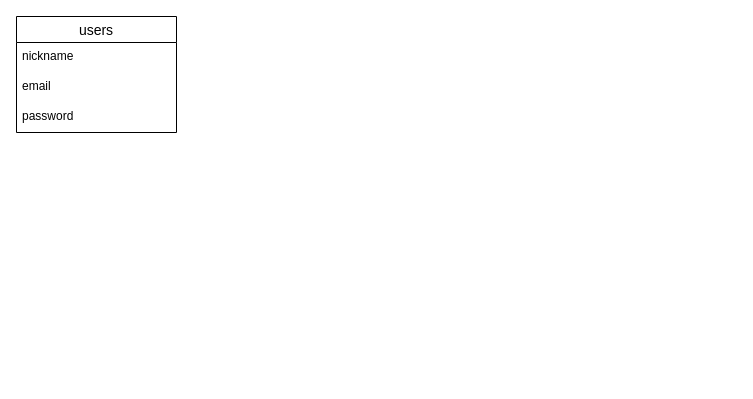
This is ER.dio from hikaruuuuuu/blog-app, a draw.io file, before an edit. Source tidied: cells renumbered, new cells numbered last; positions are measured from the earlier drawing's top-left corner, leaving out a move shared by most shapes. Both pictures are drawn from the tidied source at 100%, with x=0, y=0 at pixel (16, 16).
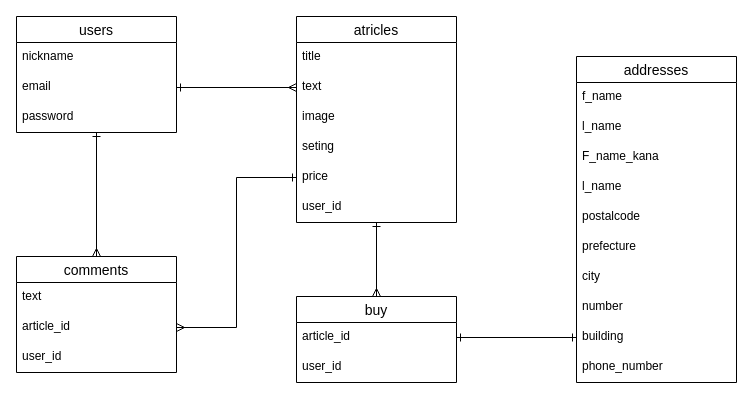
After the change.

Commit message (it also covers changes not shown here):
articles table

Unchanged cells that the change refers to:
```xml
<mxCell id="2" value="users" style="swimlane;fontStyle=0;horizontal=1;startSize=26;align=center;fontSize=14;" parent="1" vertex="1">
  <mxGeometry width="160" height="116" as="geometry" />
</mxCell>
<mxCell id="4" value="email" style="text;strokeColor=none;fillColor=none;spacingLeft=4;spacingRight=4;overflow=hidden;points=[[0,0.5],[1,0.5]];portConstraint=eastwest;fontSize=12;" parent="2" vertex="1">
  <mxGeometry y="56" width="160" height="30" as="geometry" />
</mxCell>
```

What changed in the source:
```diff
@@
+    <mxCell id="6" style="edgeStyle=orthogonalEdgeStyle;rounded=0;jettySize=auto;html=1;entryX=0.5;entryY=0;entryDx=0;entryDy=0;startArrow=ERone;startFill=0;endArrow=ERmany;endFill=0;" parent="1" edge="1" source="2" target="15">
+      <mxGeometry relative="1" as="geometry" />
+    </mxCell>
@@
+    <mxCell id="7" style="edgeStyle=orthogonalEdgeStyle;rounded=0;jettySize=auto;html=1;startArrow=ERone;startFill=0;endArrow=ERmany;endFill=0;entryX=0.5;entryY=0;entryDx=0;entryDy=0;" parent="1" edge="1" source="8" target="19">
+      <mxGeometry relative="1" as="geometry" />
+    </mxCell>
+    <mxCell id="8" value="atricles" style="swimlane;fontStyle=0;horizontal=1;startSize=26;align=center;fontSize=14;" parent="1" vertex="1">
+      <mxGeometry x="280" width="160" height="206" as="geometry" />
+    </mxCell>
+    <mxCell id="9" value="title" style="text;strokeColor=none;fillColor=none;spacingLeft=4;spacingRight=4;overflow=hidden;fontSize=12;" parent="8" vertex="1">
+      <mxGeometry y="26" width="160" height="30" as="geometry" />
+    </mxCell>
+    <mxCell id="10" value="text" style="text;strokeColor=none;fillColor=none;spacingLeft=4;spacingRight=4;overflow=hidden;points=[[0,0.5],[1,0.5]];portConstraint=eastwest;fontSize=12;" parent="8" vertex="1">
+      <mxGeometry y="56" width="160" height="30" as="geometry" />
+    </mxCell>
+    <mxCell id="11" value="image" style="text;strokeColor=none;fillColor=none;spacingLeft=4;spacingRight=4;overflow=hidden;fontSize=12;" parent="8" vertex="1">
+      <mxGeometry y="86" width="160" height="30" as="geometry" />
+    </mxCell>
+    <mxCell id="12" value="seting" style="text;strokeColor=none;fillColor=none;spacingLeft=4;spacingRight=4;overflow=hidden;fontSize=12;" parent="8" vertex="1">
+      <mxGeometry y="116" width="160" height="30" as="geometry" />
+    </mxCell>
+    <mxCell id="13" value="price" style="text;strokeColor=none;fillColor=none;spacingLeft=4;spacingRight=4;overflow=hidden;points=[[0,0.5],[1,0.5]];portConstraint=eastwest;fontSize=12;" parent="8" vertex="1">
+      <mxGeometry y="146" width="160" height="30" as="geometry" />
+    </mxCell>
+    <mxCell id="14" value="user_id" style="text;strokeColor=none;fillColor=none;spacingLeft=4;spacingRight=4;overflow=hidden;fontSize=12;" parent="8" vertex="1">
+      <mxGeometry y="176" width="160" height="30" as="geometry" />
+    </mxCell>
+    <mxCell id="15" value="comments" style="swimlane;fontStyle=0;horizontal=1;startSize=26;align=center;fontSize=14;" parent="1" vertex="1">
+      <mxGeometry y="240" width="160" height="116" as="geometry" />
+    </mxCell>
+    <mxCell id="16" value="text" style="text;strokeColor=none;fillColor=none;spacingLeft=4;spacingRight=4;overflow=hidden;fontSize=12;" parent="15" vertex="1">
+      <mxGeometry y="26" width="160" height="30" as="geometry" />
+    </mxCell>
+    <mxCell id="17" value="article_id" style="text;strokeColor=none;fillColor=none;spacingLeft=4;spacingRight=4;overflow=hidden;points=[[0,0.5],[1,0.5]];portConstraint=eastwest;fontSize=12;" parent="15" vertex="1">
+      <mxGeometry y="56" width="160" height="30" as="geometry" />
+    </mxCell>
+    <mxCell id="18" value="user_id" style="text;strokeColor=none;fillColor=none;spacingLeft=4;spacingRight=4;overflow=hidden;fontSize=12;" parent="15" vertex="1">
+      <mxGeometry y="86" width="160" height="30" as="geometry" />
+    </mxCell>
+    <mxCell id="19" value="buy" style="swimlane;fontStyle=0;horizontal=1;startSize=26;align=center;fontSize=14;" parent="1" vertex="1">
+      <mxGeometry x="280" y="280" width="160" height="86" as="geometry" />
+    </mxCell>
+    <mxCell id="20" value="article_id" style="text;strokeColor=none;fillColor=none;spacingLeft=4;spacingRight=4;overflow=hidden;points=[[0,0.5],[1,0.5]];portConstraint=eastwest;fontSize=12;" parent="19" vertex="1">
+      <mxGeometry y="26" width="160" height="30" as="geometry" />
+    </mxCell>
+    <mxCell id="21" value="user_id" style="text;strokeColor=none;fillColor=none;spacingLeft=4;spacingRight=4;overflow=hidden;fontSize=12;" parent="19" vertex="1">
+      <mxGeometry y="56" width="160" height="30" as="geometry" />
+    </mxCell>
+    <mxCell id="22" value="addresses" style="swimlane;fontStyle=0;horizontal=1;startSize=26;align=center;fontSize=14;" parent="1" vertex="1">
+      <mxGeometry x="560" y="40" width="160" height="326" as="geometry" />
+    </mxCell>
+    <mxCell id="23" value="f_name" style="text;strokeColor=none;fillColor=none;spacingLeft=4;spacingRight=4;overflow=hidden;fontSize=12;" parent="22" vertex="1">
+      <mxGeometry y="26" width="160" height="30" as="geometry" />
+    </mxCell>
+    <mxCell id="24" value="l_name" style="text;strokeColor=none;fillColor=none;spacingLeft=4;spacingRight=4;overflow=hidden;fontSize=12;" parent="22" vertex="1">
+      <mxGeometry y="56" width="160" height="30" as="geometry" />
+    </mxCell>
+    <mxCell id="25" value="F_name_kana" style="text;strokeColor=none;fillColor=none;spacingLeft=4;spacingRight=4;overflow=hidden;fontSize=12;" parent="22" vertex="1">
+      <mxGeometry y="86" width="160" height="30" as="geometry" />
+    </mxCell>
+    <mxCell id="26" value="l_name" style="text;strokeColor=none;fillColor=none;spacingLeft=4;spacingRight=4;overflow=hidden;fontSize=12;" parent="22" vertex="1">
+      <mxGeometry y="116" width="160" height="30" as="geometry" />
+    </mxCell>
+    <mxCell id="27" value="postalcode" style="text;strokeColor=none;fillColor=none;spacingLeft=4;spacingRight=4;overflow=hidden;fontSize=12;" parent="22" vertex="1">
+      <mxGeometry y="146" width="160" height="30" as="geometry" />
+    </mxCell>
+    <mxCell id="28" value="prefecture" style="text;strokeColor=none;fillColor=none;spacingLeft=4;spacingRight=4;overflow=hidden;fontSize=12;" parent="22" vertex="1">
+      <mxGeometry y="176" width="160" height="30" as="geometry" />
+    </mxCell>
+    <mxCell id="29" value="city" style="text;strokeColor=none;fillColor=none;spacingLeft=4;spacingRight=4;overflow=hidden;fontSize=12;" parent="22" vertex="1">
+      <mxGeometry y="206" width="160" height="30" as="geometry" />
+    </mxCell>
+    <mxCell id="30" value="number" style="text;strokeColor=none;fillColor=none;spacingLeft=4;spacingRight=4;overflow=hidden;fontSize=12;" parent="22" vertex="1">
+      <mxGeometry y="236" width="160" height="30" as="geometry" />
+    </mxCell>
+    <mxCell id="31" value="building" style="text;strokeColor=none;fillColor=none;spacingLeft=4;spacingRight=4;overflow=hidden;points=[[0,0.5],[1,0.5]];portConstraint=eastwest;fontSize=12;" parent="22" vertex="1">
+      <mxGeometry y="266" width="160" height="30" as="geometry" />
+    </mxCell>
+    <mxCell id="32" value="phone_number" style="text;strokeColor=none;fillColor=none;spacingLeft=4;spacingRight=4;overflow=hidden;fontSize=12;" parent="22" vertex="1">
+      <mxGeometry y="296" width="160" height="30" as="geometry" />
+    </mxCell>
+    <mxCell id="33" style="edgeStyle=orthogonalEdgeStyle;rounded=0;jettySize=auto;html=1;exitX=1;exitY=0.5;exitDx=0;exitDy=0;entryX=0;entryY=0.5;entryDx=0;entryDy=0;startArrow=ERone;startFill=0;endArrow=ERmany;endFill=0;" parent="1" edge="1" source="4" target="10">
+      <mxGeometry relative="1" as="geometry" />
+    </mxCell>
+    <mxCell id="34" style="edgeStyle=orthogonalEdgeStyle;rounded=0;jettySize=auto;html=1;exitX=1;exitY=0.5;exitDx=0;exitDy=0;entryX=0;entryY=0.5;entryDx=0;entryDy=0;startArrow=ERone;startFill=0;endArrow=ERone;endFill=0;" parent="1" edge="1" source="20" target="31">
+      <mxGeometry relative="1" as="geometry" />
+    </mxCell>
+    <mxCell id="35" style="edgeStyle=orthogonalEdgeStyle;rounded=0;jettySize=auto;html=1;exitX=1;exitY=0.5;exitDx=0;exitDy=0;entryX=0;entryY=0.5;entryDx=0;entryDy=0;startArrow=ERmany;startFill=0;endArrow=ERone;endFill=0;" parent="1" edge="1" source="17" target="13">
+      <mxGeometry relative="1" as="geometry" />
+    </mxCell>
```
